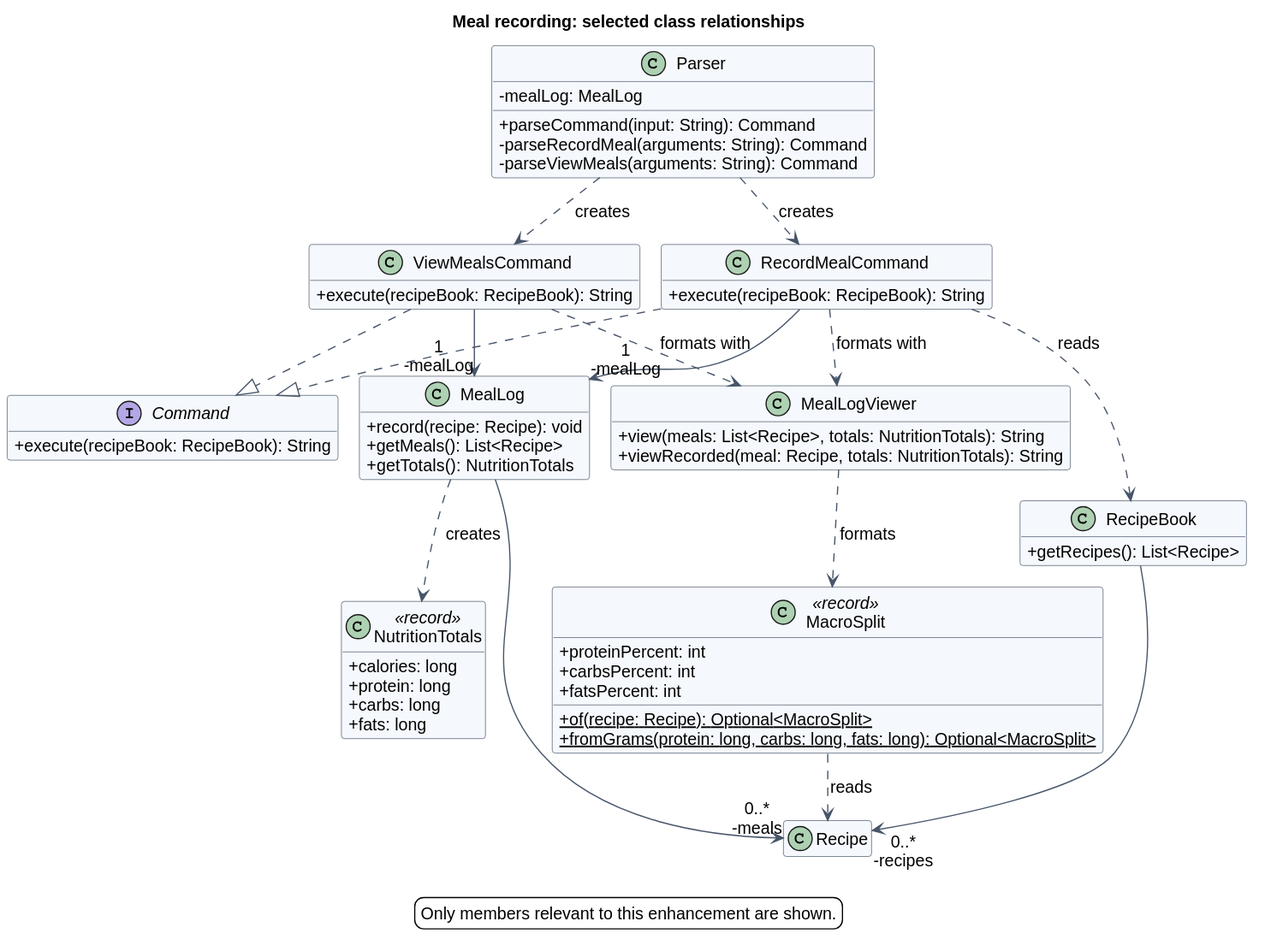
This is docs/images/record-meal/classes.svg from AY2627S1-CS2113-W13-4/tp, a PlantUML export, as it was before one commit.
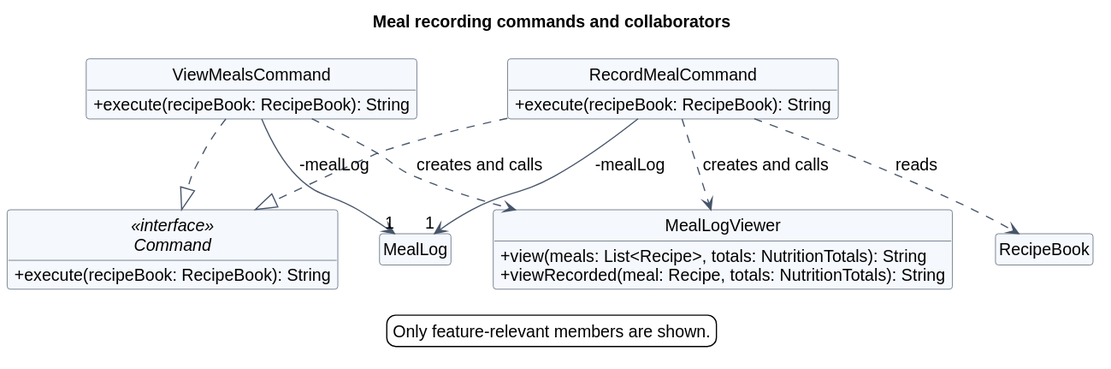
Later version of the same file.

Diff of the diagram source:
```diff
@@ -1,19 +1,13 @@
 @startuml
 !pragma layout smetana
 !include style.iuml
-title Meal recording: selected class relationships
+title Meal recording commands and collaborators
 top to bottom direction
-skinparam nodesep 50
-skinparam ranksep 75
+skinparam nodesep 35
+skinparam ranksep 55
 hide empty members
 
-class Parser {
-  - mealLog: MealLog
-  + parseCommand(input: String): Command
-  - parseRecordMeal(arguments: String): Command
-  - parseViewMeals(arguments: String): Command
-}
-interface Command {
+interface Command <<interface>> {
   + execute(recipeBook: RecipeBook): String
 }
 class RecordMealCommand {
@@ -22,49 +16,22 @@
 class ViewMealsCommand {
   + execute(recipeBook: RecipeBook): String
 }
-class MealLog {
-  + record(recipe: Recipe): void
-  + getMeals(): List<Recipe>
-  + getTotals(): NutritionTotals
-}
-class NutritionTotals <<record>> {
-  + calories: long
-  + protein: long
-  + carbs: long
-  + fats: long
-}
+class MealLog
 class MealLogViewer {
   + view(meals: List<Recipe>, totals: NutritionTotals): String
   + viewRecorded(meal: Recipe, totals: NutritionTotals): String
 }
-class MacroSplit <<record>> {
-  + proteinPercent: int
-  + carbsPercent: int
-  + fatsPercent: int
-  + {static} of(recipe: Recipe): Optional<MacroSplit>
-  + {static} fromGrams(protein: long, carbs: long, fats: long): Optional<MacroSplit>
-}
-class RecipeBook {
-  + getRecipes(): List<Recipe>
-}
-class Recipe
+class RecipeBook
 
-Parser ..> RecordMealCommand : creates
-Parser ..> ViewMealsCommand : creates
 RecordMealCommand ..|> Command
 ViewMealsCommand ..|> Command
-RecordMealCommand --> "1\n-mealLog" MealLog
+RecordMealCommand --> "1" MealLog : -mealLog
+ViewMealsCommand --> "1" MealLog : -mealLog
 RecordMealCommand ..> RecipeBook : reads
-RecordMealCommand ..> MealLogViewer : formats with
-ViewMealsCommand --> "1\n-mealLog" MealLog
-ViewMealsCommand ..> MealLogViewer : formats with
-MealLog ..> NutritionTotals : creates
-MealLogViewer ..> MacroSplit : formats
-MacroSplit ..> Recipe : reads
-MealLog --> "0..*\n-meals" Recipe
-RecipeBook --> "0..*\n-recipes" Recipe
+RecordMealCommand ..> MealLogViewer : creates and calls
+ViewMealsCommand ..> MealLogViewer : creates and calls
 
 legend bottom
-  Only members relevant to this enhancement are shown.
+  Only feature-relevant members are shown.
 endlegend
 @enduml
```
